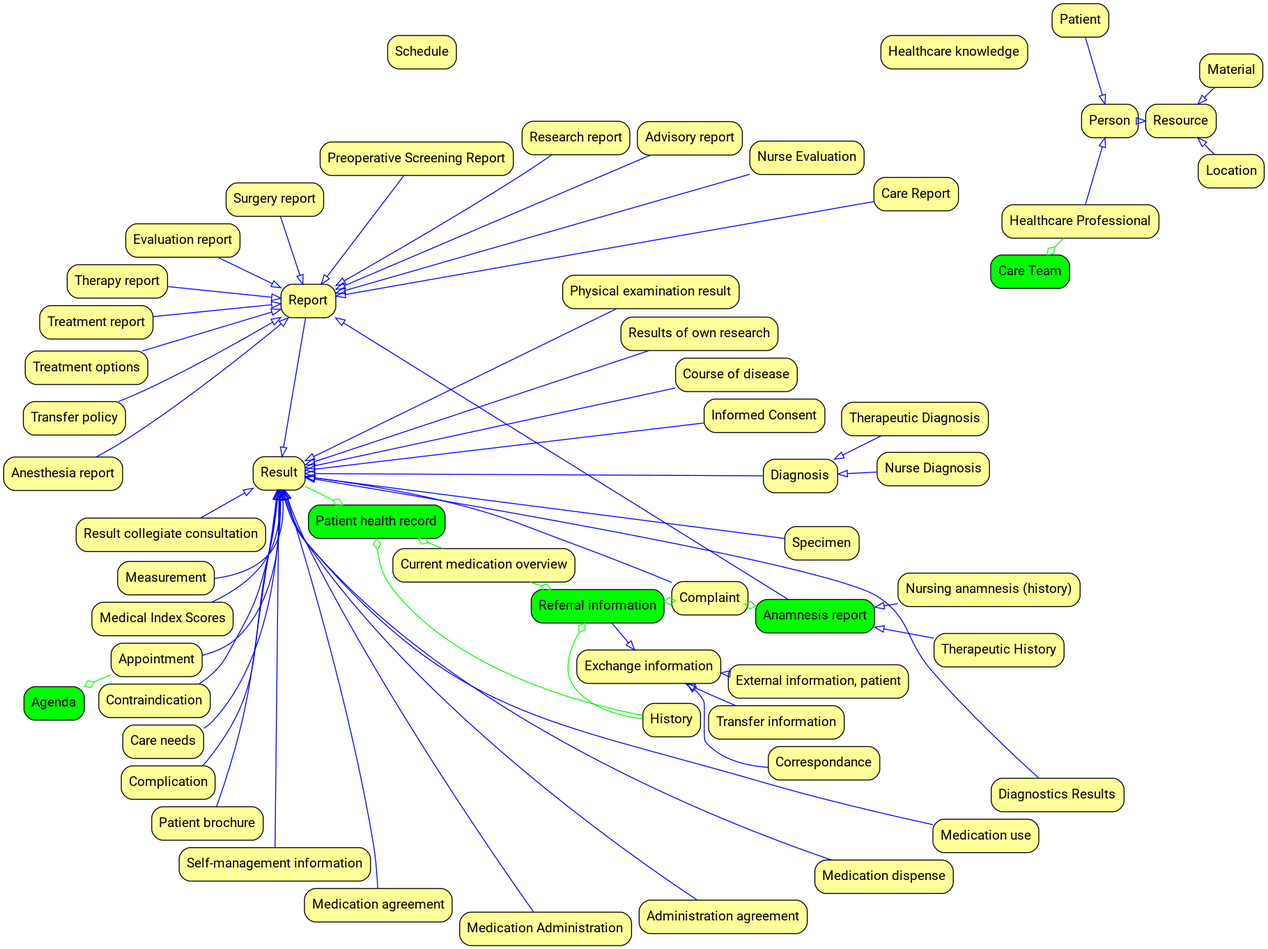
Above: xslt/ziraim2gv/Informatiemodel ZORG Resultaten-en.png in mvdzel/zira (Graphviz), before the change. Its source is kept beside it as xslt/ziraim2gv/Informatiemodel ZORG Resultaten-en.gv.
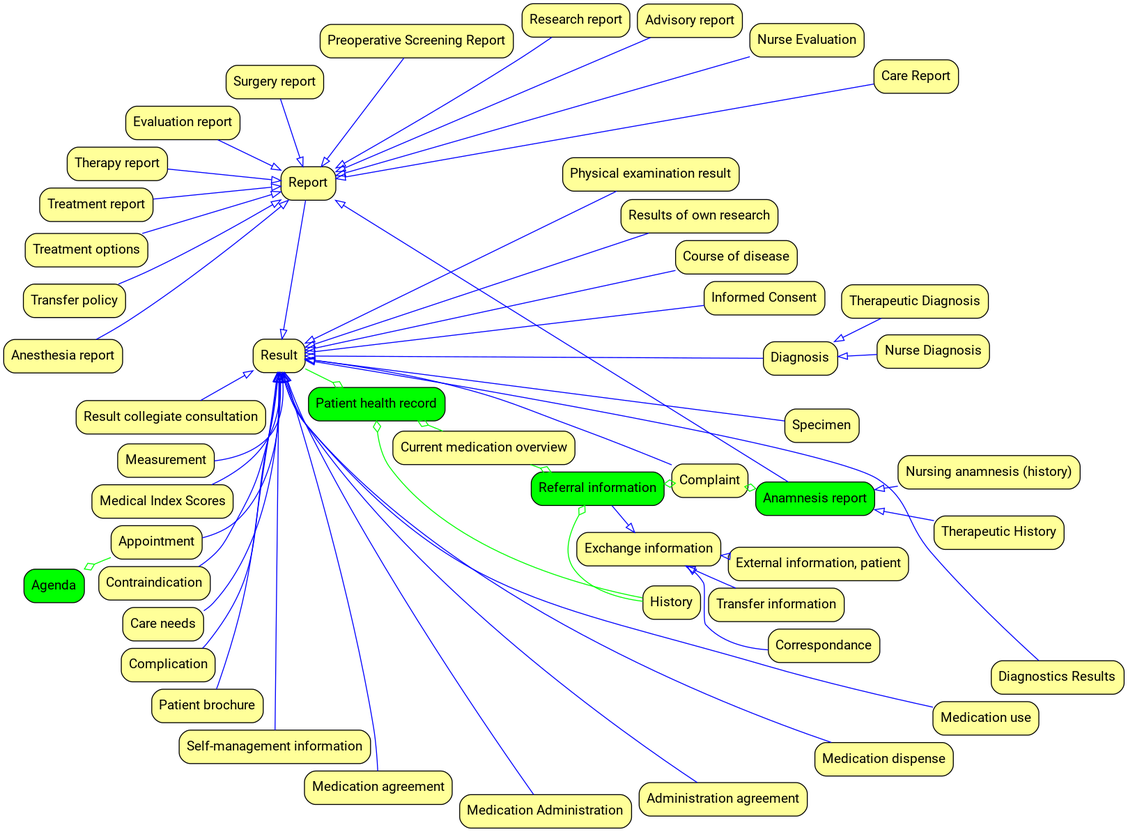
After the change.

Commit message:
Removed dangling result io's

Diff of the diagram source:
```diff
@@ -5,7 +5,6 @@
 edge [fontname="Roboto" nodesep="1"];
 overlap=false;
 "1960" [shape=rect fontcolor=black fillcolor=green label="Patient health record" tooltip="<languages xml:space=preserve><nl-NL>Alle gegevens die over één patiënt vastgelegd zijn.</nl-NL><en-US>All data recorded about the patient.</en-US></languages> "];
-				"1684" [shape=rect fillcolor="#ffff99" label="Resource" tooltip="<languages xml:space=preserve><nl-NL>Mensen en andere immateriële activa die binnen een zorginstelling worden ingezet ter ondersteuning van het zorgproces</nl-NL><en-US>People and other non-material assets that are used within a healthcare institution to support the healthcare process</en-US></languages> "];
 				"1766" [shape=rect fillcolor="#ffff99" label="Result" tooltip="<languages xml:space=preserve><nl-NL>Vastlegging van het resultaat van een activiteit.</nl-NL><en-US>Recording the result of an activity.</en-US></languages> "];
 				"1759" [shape=rect fillcolor="#ffff99" label="Specimen" tooltip="<languages xml:space=preserve><nl-NL>Menselijk lichaam, of van het menselijk lichaam afkomstig materiaal waarop onderzoek kan worden verricht t.b.v. diagnostiek, behandeling of wetenschappelijk onderzoek.&#10;</nl-NL><en-US>Human body, or material derived from the human body on which research can be carried out for the purpose of diagnosis, treatment or scientific research.</en-US></languages> "];
 				"1820" [shape=rect fillcolor="#ffff99" label="Complaint" tooltip="<languages xml:space=preserve><nl-NL>Een subjectieve, als negatief ervaren waarneming van de gezondheid.</nl-NL><en-US>A subjective perception of health that is experienced as negative.</en-US></languages> "];
@@ -39,13 +38,8 @@
 				"2176" [shape=rect fillcolor="#ffff99" label="Therapeutic Diagnosis" tooltip="<languages xml:space=preserve><nl-NL>Vastlegging van de naam van de ziekte of aandoening waaraan iemand verondersteld wordt te lijden.</nl-NL><en-US>Recording the name of the disease or condition from which a person is believed to be suffering.</en-US></languages> "];
 				"2014" [shape=rect fillcolor="#ffff99" label="Nursing anamnesis (history)" tooltip="<languages xml:space=preserve><nl-NL>Achtergrond en voorgeschiedenis van een patiënt, achterhaald via systematische ondervraging door een verpleegkundige</nl-NL><en-US>Background and history of a patient, obtained through systematic questioning by a nurse</en-US></languages> "];
 				"2162" [shape=rect fillcolor="#ffff99" label="Treatment report" tooltip="<languages xml:space=preserve><nl-NL>Vastlegging van de behandeling van de patiënt, anders dan medicamenteus, operatief, paramedisch, verpleegkundig of verzorgend.</nl-NL><en-US>Documentation of the treatment of the patient, other than medical, surgical, paramedical, nursing or caring.</en-US></languages> "];
-				"1693" [shape=rect fillcolor="#ffff99" label="Schedule" tooltip="<languages xml:space=preserve><nl-NL>Een overzicht met data en tijdstippen waarin de beschikbaarheid (bezette en open slots) van één resource is vastgelegd. .</nl-NL><en-US>An overview with dates and times in which the availability (occupied and open slots) of one resource is recorded.</en-US></languages> "];
-				"1710" [shape=rect fillcolor="#ffff99" label="Material" tooltip="<languages xml:space=preserve><nl-NL>Een gebruiksartikel binnen de zorginstelling dat wordt aangewend om het proces te ondersteunen (bijvoorbeeld apparatuur).</nl-NL><en-US>A consumable within the healthcare institution that is used to support the process (e.g. durable medical equipment, medicine, beds, etc).</en-US></languages> "];
-				"1726" [shape=rect fillcolor="#ffff99" label="Person" tooltip="<languages xml:space=preserve><nl-NL>Persoon die een rol heeft in het zorgproces, dit kan ook een patiënt zijn.</nl-NL><en-US>Person who has a role in the care process, this can also be the patient.</en-US></languages> "];
 				"1688" [shape=rect fillcolor="#ffff99" label="Appointment" tooltip="<languages xml:space=preserve><nl-NL>Vastlegging van gegevens m.b.t. een afspraak van een patiënt met een zorgverlener.</nl-NL><en-US>Recording data regarding a patient's appointment with a healthcare provider.</en-US></languages> "];
 				"2148" [shape=rect fillcolor="#ffff99" label="Contraindication" tooltip="<languages xml:space=preserve><nl-NL>Aandoening, ziekte of klacht, waarbij een bepaalde therapie, bijvoorbeeld medicatie, niet mag worden toegepast.</nl-NL><en-US>Disorder, illness, or complaint in which a certain therapy, for example medication, may not be used.</en-US></languages> "];
-				"2181" [shape=rect fontcolor=black fillcolor=green label="Care Team" tooltip="<languages xml:space=preserve><nl-NL>Een groep zorgverleners, veelal van verschillende discplines, die is toegewezen aan een patiënt.</nl-NL><en-US>A group of caregivers, often from different disciplines, assigned to the patient.</en-US></languages> "];
-				"1965" [shape=rect fillcolor="#ffff99" label="Patient" tooltip="<languages xml:space=preserve><nl-NL>Administratieve informatie over een patiënt. Dit is een persoon die zorg (bv. medisch, paramedisch of verpleegkundig) ontvangt van een zorgverlener.</nl-NL><en-US>Administrative information about the patient. This is a person who receives care (eg medical, paramedical or nursing) from a care provider.</en-US></languages> "];
 				"2144" [shape=rect fillcolor="#ffff99" label="Treatment options" tooltip="<languages xml:space=preserve><nl-NL>De behandelopties die tijdens consult en diagnostisch traject benoemd zijn.</nl-NL><en-US>The treatment options that are identified during the consultation and the diagnostic process.</en-US></languages> "];
 				"1914" [shape=rect fillcolor="#ffff99" label="Transfer policy" tooltip="<languages xml:space=preserve><nl-NL>Beleid t.a.v. overdracht van de patiënt, o.a. reden, behandeldoel en bestemming.</nl-NL><en-US>Patient transfer policy, including reason, treatment goal and destination.</en-US></languages> "];
 				"1860" [shape=rect fillcolor="#ffff99" label="Care needs" tooltip="<languages xml:space=preserve><nl-NL>De door een zorgverlener vastgestelde zorgbehoefte van een patiënt.</nl-NL><en-US>The patient’s care needs aso determined by a healthcare provider.</en-US></languages> "];
@@ -53,16 +47,13 @@
 				"2197" [shape=rect fillcolor="#ffff99" label="Anesthesia report" tooltip="<languages xml:space=preserve><nl-NL>Vastlegging van de tijdens een operatie uitgevoerde anesthesie.</nl-NL><en-US>Recording of the anesthesia performed during an operation.</en-US></languages> "];
 				"2193" [shape=rect fillcolor="#ffff99" label="Patient brochure" tooltip="<languages xml:space=preserve><nl-NL>Informatie over ziekte en behandeling zoals deze wordt verstrekt aan de patiënt door een zorgverlener.</nl-NL><en-US>Information about a disease/treatment provided to the patient by a healthcare professional.</en-US></languages> "];
 				"2.16.840.1.113883.2.4.3.11.29.4.239" [shape=rect fillcolor="#ffff99" label="Self-management information" tooltip="<languages xml:space=preserve><nl-NL>Nog door de behandelend arts te valideren informatie verkregen van de pati?nt als resultaat van zijn eigen zorgproces bijvoorbeeld meting, dagboek, foto, etc. Dit kan worden verkregen uit bijvoorbeeld ingevulde vragenlijsten of een persoonlijk gezondheidsdossier.</nl-NL><en-US>Information yet to be validated by the treating physician obtained from the patient as a result of their own care process (self measurement, diary reports, images, etc.). This can be obtained for example, from completed questionnaires or a personal health file.</en-US></languages> "];
-				"2.16.840.1.113883.2.4.3.11.29.4.297" [shape=rect fillcolor="#ffff99" label="Location" tooltip="<languages xml:space=preserve><nl-NL>Plaats of ruimte waar patiëntenzorg (bijv. consultatie, behandeling en diagnostiek) plaatsvindt.</nl-NL><en-US>Place or room where patient care (eg consultation, treatment and diagnostics) takes place.</en-US></languages> "];
 				"2146" [shape=rect fillcolor="#ffff99" label="Medication agreement" tooltip="<languages xml:space=preserve><nl-NL>Voorstel van een zorgverlener in de rol van voorschrijver tot gebruik van medicatie door een patiënt.</nl-NL><en-US>Proposal by a healthcare provider in the role of prescriber for the use of medication by a patient.</en-US></languages> "];
 				"2150" [shape=rect fillcolor="#ffff99" label="Medication Administration" tooltip="<languages xml:space=preserve><nl-NL>Beschrijving van de daadwerkelijke toediening van een medicament aan een patiënt.</nl-NL><en-US>Description of the actual administration of a medication to a patient.</en-US></languages> "];
 				"2154" [shape=rect fillcolor="#ffff99" label="Administration agreement" tooltip="<languages xml:space=preserve><nl-NL>De levering van een medicatieproduct aan een specifieke patiënt (of de toediener of een vertegenwoordiger), met de bedoeling dat het gebruikt wordt volgens een meegeleverde instructie (meestal als uitvoering van het verstrekkingsverzoek in een medicatievoorschrift).</nl-NL><en-US>The supply of a medication product to a specific patient (or the administerer or a representative) with the intent that it be used according to a supplied instruction (usually as an implementation of the dispensing request in a medication prescription).</en-US></languages> "];
 				"2155" [shape=rect fillcolor="#ffff99" label="Medication dispense" tooltip="<languages xml:space=preserve><nl-NL>Beschrijving van het ter hand stellen van een geneesmiddel.</nl-NL><en-US>Description of the provision of a medicine.</en-US></languages> "];
 				"2157" [shape=rect fillcolor="#ffff99" label="Medication use" tooltip="<languages xml:space=preserve><nl-NL>Vastlegging  van de inname of toediening van voorgeschreven of zelfzorgmedicatie, zoals gerapporteerd door de patiënt zelf, een mantelzorger of een zorgverlener.</nl-NL><en-US>Recording of the intake or administration of prescribed or over-the-counter medication, as reported by the patient, an informal caregiver, or a health care provider.</en-US></languages> "];
-				"2.16.840.1.113883.2.4.3.11.29.4.293" [shape=rect fillcolor="#ffff99" label="Healthcare Professional" tooltip="<languages xml:space=preserve><nl-NL>Persoon die beroepsmatig zorg verleent uit hoofde van een bepaalde kwalificatie en/of goedkeuring hiertoe van een bevoegde instantie..</nl-NL><en-US>Person who provides care professionally under a particular qualification and/or approval to do so from a competent authority.</en-US></languages> "];
 				"2526" [shape=rect fontcolor=black fillcolor=green label="Agenda" tooltip="<languages xml:space=preserve><nl-NL>Een overzicht met data en tijdstippen waarin de geplande afspraken van één specifieke resource (persoon of middel) zijn vastgelegd. Een groepsagenda is een aggregatie van meerdere agenda's.</nl-NL><en-US>An overview with dates and times in which the scheduled appointments of one specific resource (person or agent) are recorded. A group calendar is an aggregation of multiple calendars.</en-US></languages> "];
 				"2192" [shape=rect fillcolor="#ffff99" label="Diagnostics Results" tooltip="<languages xml:space=preserve><nl-NL>Resultaat van een aanvullend onderzoek</nl-NL><en-US>Any result from a diagnostic tests</en-US></languages> "];
-				"2.16.840.1.113883.2.4.3.11.29.4.246" [shape=rect fillcolor="#ffff99" label="Healthcare knowledge" tooltip="<languages xml:space=preserve><nl-NL>Publicaties, vakliteratuur, kennis over zorg</nl-NL><en-US>Publications, professional literature, knowledge about healthcare.</en-US></languages> "];
 				"1766"->"1960" [arrowhead=odiamond color=green];
 				"1759"->"1766" [arrowhead=empty color=blue];
 				"2097"->"1766" [arrowhead=empty color=blue];
@@ -96,13 +87,7 @@
 				"2176"->"1983" [arrowhead=empty color=blue];
 				"2014"->"1848" [arrowhead=empty color=blue];
 				"2162"->"1723" [arrowhead=empty color=blue];
-				"2.16.840.1.113883.2.4.3.11.29.4.297"->"1684" [arrowhead=empty color=blue];
-				"1710"->"1684" [arrowhead=empty color=blue];
-				"1726"->"1684" [arrowhead=empty color=blue];
 				"2084"->"1938" [arrowhead=empty color=blue];
-				"2.16.840.1.113883.2.4.3.11.29.4.293"->"1726" [arrowhead=empty color=blue];
-				"2.16.840.1.113883.2.4.3.11.29.4.293"->"2181" [arrowhead=odiamond color=green];
-				"1965"->"1726" [arrowhead=empty color=blue];
 				"2144"->"1723" [arrowhead=empty color=blue];
 				"1914"->"1723" [arrowhead=empty color=blue];
 				"2196"->"1766" [arrowhead=empty color=blue];
```
